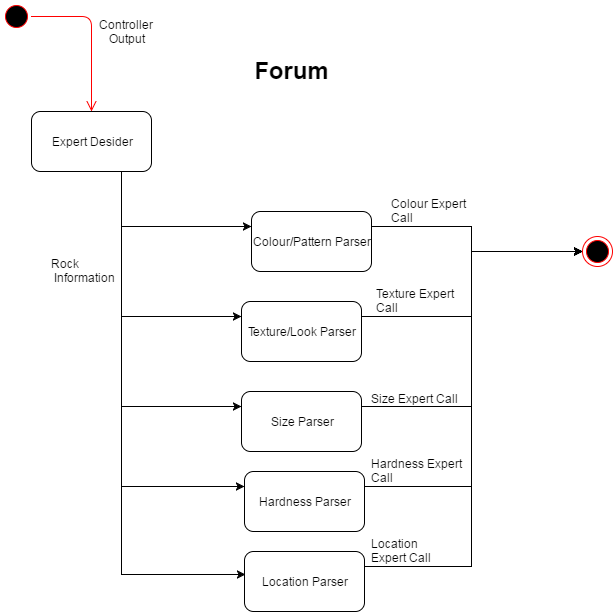
This is doc/resources/stateCharts/Forum.png from EricLeFort/3AO4, a draw.io export, as it was before one commit. Source tidied: cells renumbered, new cells last; positions are measured from the earlier drawing's top-left corner, leaving out a move shared by most shapes. Source of this version:
```xml
<mxGraphModel background="#ffffff">
  <root>
    <mxCell id="0" />
    <mxCell id="1" parent="0" />
    <mxCell id="2" style="ellipse;html=1;shape=startState;fillColor=#000000;strokeColor=#ff0000;" parent="1" vertex="1">
      <mxGeometry width="30" height="30" as="geometry" />
    </mxCell>
    <mxCell id="3" style="edgeStyle=orthogonalEdgeStyle;html=1;verticalAlign=bottom;endArrow=open;endSize=8;strokeColor=#ff0000;" parent="1" edge="1" source="2">
      <mxGeometry relative="1" as="geometry">
        <mxPoint x="90" y="110" as="targetPoint" />
      </mxGeometry>
    </mxCell>
    <mxCell id="4" style="ellipse;html=1;shape=endState;fillColor=#000000;strokeColor=#ff0000;" parent="1" vertex="1">
      <mxGeometry x="581" y="235" width="30" height="30" as="geometry" />
    </mxCell>
    <mxCell id="5" value="&lt;h1&gt;Forum&lt;/h1&gt;" style="text;html=1;strokeColor=none;fillColor=none;align=center;verticalAlign=middle;whiteSpace=wrap;overflow=hidden;" parent="1" vertex="1">
      <mxGeometry x="180" y="40" width="220" height="40" as="geometry" />
    </mxCell>
    <mxCell id="6" value="Controller&amp;nbsp;&lt;br&gt;Output" style="text;html=1;strokeColor=none;fillColor=none;align=center;verticalAlign=middle;whiteSpace=wrap;overflow=hidden;" parent="1" vertex="1">
      <mxGeometry x="90" y="15" width="70" height="30" as="geometry" />
    </mxCell>
    <mxCell id="7" style="edgeStyle=orthogonalEdgeStyle;rounded=0;html=1;exitX=0.75;exitY=1;entryX=0;entryY=0.25;jettySize=auto;" parent="1" edge="1" source="12" target="14">
      <mxGeometry relative="1" as="geometry" />
    </mxCell>
    <mxCell id="8" style="edgeStyle=orthogonalEdgeStyle;rounded=0;html=1;exitX=0.75;exitY=1;entryX=0;entryY=0.25;jettySize=auto;" parent="1" edge="1" source="12" target="19">
      <mxGeometry relative="1" as="geometry" />
    </mxCell>
    <mxCell id="9" style="edgeStyle=orthogonalEdgeStyle;rounded=0;html=1;exitX=0.75;exitY=1;entryX=0;entryY=0.25;jettySize=auto;" parent="1" edge="1" source="12" target="21">
      <mxGeometry relative="1" as="geometry" />
    </mxCell>
    <mxCell id="10" style="edgeStyle=orthogonalEdgeStyle;rounded=0;html=1;exitX=0.75;exitY=1;entryX=0;entryY=0.25;jettySize=auto;" parent="1" edge="1" source="12" target="23">
      <mxGeometry relative="1" as="geometry" />
    </mxCell>
    <mxCell id="11" style="edgeStyle=orthogonalEdgeStyle;rounded=0;html=1;exitX=0.75;exitY=1;entryX=0.008;entryY=0.383;entryPerimeter=0;jettySize=auto;" parent="1" edge="1" source="12" target="16">
      <mxGeometry relative="1" as="geometry" />
    </mxCell>
    <mxCell id="12" value="Expert Desider" style="rounded=1;whiteSpace=wrap;html=1;" parent="1" vertex="1">
      <mxGeometry x="30" y="110" width="120" height="60" as="geometry" />
    </mxCell>
    <mxCell id="13" style="edgeStyle=orthogonalEdgeStyle;rounded=0;html=1;exitX=1;exitY=0.25;entryX=0;entryY=0.5;jettySize=auto;" parent="1" edge="1" source="14" target="4">
      <mxGeometry relative="1" as="geometry">
        <Array as="points">
          <mxPoint x="470" y="225" />
          <mxPoint x="470" y="250" />
        </Array>
      </mxGeometry>
    </mxCell>
    <mxCell id="14" value="Colour/Pattern Parser" style="rounded=1;whiteSpace=wrap;html=1;" parent="1" vertex="1">
      <mxGeometry x="250" y="210" width="120" height="60" as="geometry" />
    </mxCell>
    <mxCell id="15" style="edgeStyle=orthogonalEdgeStyle;rounded=0;html=1;exitX=1;exitY=0.25;entryX=0;entryY=0.5;jettySize=auto;" parent="1" edge="1" source="16" target="4">
      <mxGeometry relative="1" as="geometry">
        <Array as="points">
          <mxPoint x="470" y="565" />
          <mxPoint x="470" y="250" />
        </Array>
      </mxGeometry>
    </mxCell>
    <mxCell id="16" value="Location Parser" style="rounded=1;whiteSpace=wrap;html=1;" parent="1" vertex="1">
      <mxGeometry x="243" y="550" width="120" height="60" as="geometry" />
    </mxCell>
    <mxCell id="17" value="Rock&lt;br&gt;&amp;nbsp;Information" style="text;html=1;align=left;verticalAlign=top;spacingTop=-4;" parent="1" vertex="1">
      <mxGeometry x="50" y="255" width="80" height="30" as="geometry" />
    </mxCell>
    <mxCell id="18" style="edgeStyle=orthogonalEdgeStyle;rounded=0;html=1;exitX=1;exitY=0.25;entryX=0;entryY=0.5;jettySize=auto;" parent="1" edge="1" source="19" target="4">
      <mxGeometry relative="1" as="geometry">
        <Array as="points">
          <mxPoint x="470" y="315" />
          <mxPoint x="470" y="250" />
        </Array>
      </mxGeometry>
    </mxCell>
    <mxCell id="19" value="Texture/Look Parser" style="rounded=1;whiteSpace=wrap;html=1;" parent="1" vertex="1">
      <mxGeometry x="240" y="300" width="120" height="60" as="geometry" />
    </mxCell>
    <mxCell id="20" style="edgeStyle=orthogonalEdgeStyle;rounded=0;html=1;exitX=1;exitY=0.25;jettySize=auto;entryX=0;entryY=0.5;" parent="1" edge="1" source="21" target="4">
      <mxGeometry relative="1" as="geometry">
        <Array as="points">
          <mxPoint x="470" y="405" />
          <mxPoint x="470" y="250" />
        </Array>
      </mxGeometry>
    </mxCell>
    <mxCell id="21" value="Size Parser" style="rounded=1;whiteSpace=wrap;html=1;" parent="1" vertex="1">
      <mxGeometry x="240" y="390" width="120" height="60" as="geometry" />
    </mxCell>
    <mxCell id="22" style="edgeStyle=orthogonalEdgeStyle;rounded=0;html=1;exitX=1;exitY=0.25;entryX=0;entryY=0.5;jettySize=auto;" parent="1" edge="1" source="23" target="4">
      <mxGeometry relative="1" as="geometry">
        <Array as="points">
          <mxPoint x="470" y="485" />
          <mxPoint x="470" y="250" />
        </Array>
      </mxGeometry>
    </mxCell>
    <mxCell id="23" value="Hardness Parser" style="rounded=1;whiteSpace=wrap;html=1;" parent="1" vertex="1">
      <mxGeometry x="243" y="470" width="120" height="60" as="geometry" />
    </mxCell>
    <mxCell id="24" value="Colour Expert&lt;br&gt;Call" style="text;html=1;align=left;verticalAlign=top;spacingTop=-4;" parent="1" vertex="1">
      <mxGeometry x="390" y="195" width="90" height="30" as="geometry" />
    </mxCell>
    <mxCell id="25" value="Texture Expert&amp;nbsp;&lt;br&gt;Call" style="text;html=1;align=left;verticalAlign=top;spacingTop=-4;" parent="1" vertex="1">
      <mxGeometry x="375" y="285" width="100" height="30" as="geometry" />
    </mxCell>
    <mxCell id="26" value="Size Expert Call" style="text;html=1;align=left;verticalAlign=top;spacingTop=-4;" parent="1" vertex="1">
      <mxGeometry x="370" y="390" width="100" height="20" as="geometry" />
    </mxCell>
    <mxCell id="27" value="Hardness Expert&lt;br&gt;Call" style="text;html=1;align=left;verticalAlign=top;spacingTop=-4;" parent="1" vertex="1">
      <mxGeometry x="370" y="455" width="110" height="30" as="geometry" />
    </mxCell>
    <mxCell id="28" value="Location&amp;nbsp;&lt;br&gt;Expert Call" style="text;html=1;align=left;verticalAlign=top;spacingTop=-4;" parent="1" vertex="1">
      <mxGeometry x="370" y="535" width="80" height="30" as="geometry" />
    </mxCell>
  </root>
</mxGraphModel>
```
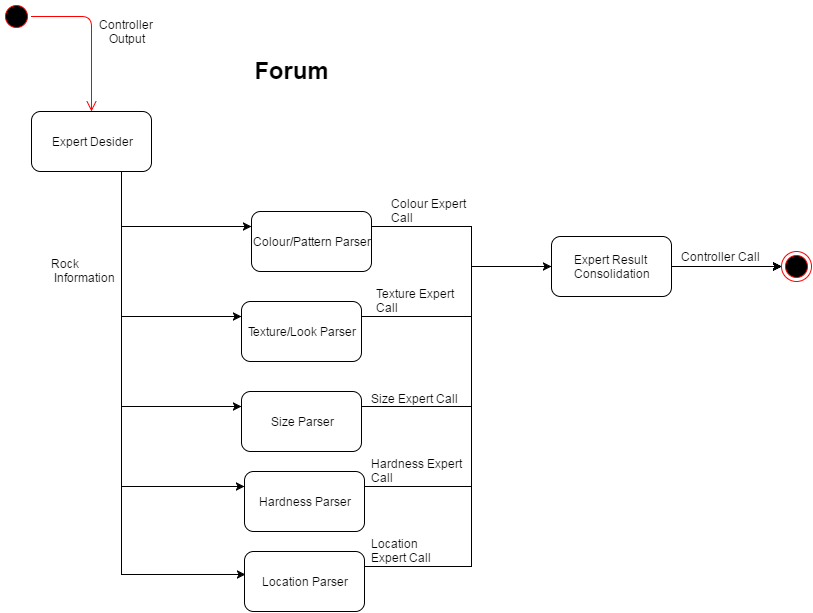
The same diagram one commit later.

The edit, as a diff of the source:
```diff
@@ -2,17 +2,17 @@
   <root>
     <mxCell id="0" />
     <mxCell id="1" parent="0" />
-    <mxCell id="2" style="ellipse;html=1;shape=startState;fillColor=#000000;strokeColor=#ff0000;" parent="1" vertex="1">
-      <mxGeometry width="30" height="30" as="geometry" />
-    </mxCell>
-    <mxCell id="3" style="edgeStyle=orthogonalEdgeStyle;html=1;verticalAlign=bottom;endArrow=open;endSize=8;strokeColor=#ff0000;" parent="1" edge="1" source="2">
-      <mxGeometry relative="1" as="geometry">
-        <mxPoint x="90" y="110" as="targetPoint" />
-      </mxGeometry>
-    </mxCell>
-    <mxCell id="4" style="ellipse;html=1;shape=endState;fillColor=#000000;strokeColor=#ff0000;" parent="1" vertex="1">
-      <mxGeometry x="581" y="235" width="30" height="30" as="geometry" />
-    </mxCell>
+    <mxCell id="29" style="ellipse;html=1;shape=startState;fillColor=#000000;strokeColor=#ff0000;" parent="1" vertex="1">
+      <mxGeometry width="30" height="30" as="geometry" />
+    </mxCell>
+    <mxCell id="30" style="edgeStyle=orthogonalEdgeStyle;html=1;verticalAlign=bottom;endArrow=open;endSize=8;strokeColor=#ff0000;" parent="1" edge="1" source="29">
+      <mxGeometry relative="1" as="geometry">
+        <mxPoint x="90" y="110" as="targetPoint" />
+      </mxGeometry>
+    </mxCell>
+    <mxCell id="31" style="ellipse;html=1;shape=endState;fillColor=#000000;strokeColor=#ff0000;" parent="1" vertex="1">
+      <mxGeometry x="780" y="250" width="30" height="30" as="geometry" />
+    </mxCell>
     <mxCell id="5" value="&lt;h1&gt;Forum&lt;/h1&gt;" style="text;html=1;strokeColor=none;fillColor=none;align=center;verticalAlign=middle;whiteSpace=wrap;overflow=hidden;" parent="1" vertex="1">
       <mxGeometry x="180" y="40" width="220" height="40" as="geometry" />
     </mxCell>
@@ -37,61 +37,60 @@
     <mxCell id="12" value="Expert Desider" style="rounded=1;whiteSpace=wrap;html=1;" parent="1" vertex="1">
       <mxGeometry x="30" y="110" width="120" height="60" as="geometry" />
     </mxCell>
-    <mxCell id="13" style="edgeStyle=orthogonalEdgeStyle;rounded=0;html=1;exitX=1;exitY=0.25;entryX=0;entryY=0.5;jettySize=auto;" parent="1" edge="1" source="14" target="4">
-      <mxGeometry relative="1" as="geometry">
-        <Array as="points">
-          <mxPoint x="470" y="225" />
-          <mxPoint x="470" y="250" />
-        </Array>
-      </mxGeometry>
-    </mxCell>
+    <mxCell id="32" style="edgeStyle=orthogonalEdgeStyle;rounded=0;html=1;exitX=1;exitY=0.25;entryX=0;entryY=0.5;jettySize=auto;" parent="1" edge="1" source="14" target="31">
+      <mxGeometry relative="1" as="geometry">
+        <Array as="points">
+          <mxPoint x="470" y="225" />
+          <mxPoint x="470" y="265" />
+        </Array>
+      </mxGeometry>
+    </mxCell>
     <mxCell id="14" value="Colour/Pattern Parser" style="rounded=1;whiteSpace=wrap;html=1;" parent="1" vertex="1">
       <mxGeometry x="250" y="210" width="120" height="60" as="geometry" />
     </mxCell>
-    <mxCell id="15" style="edgeStyle=orthogonalEdgeStyle;rounded=0;html=1;exitX=1;exitY=0.25;entryX=0;entryY=0.5;jettySize=auto;" parent="1" edge="1" source="16" target="4">
-      <mxGeometry relative="1" as="geometry">
-        <Array as="points">
-          <mxPoint x="470" y="565" />
-          <mxPoint x="470" y="250" />
-        </Array>
-      </mxGeometry>
-    </mxCell>
+    <mxCell id="33" style="edgeStyle=orthogonalEdgeStyle;rounded=0;html=1;exitX=1;exitY=0.25;entryX=0;entryY=0.5;jettySize=auto;" parent="1" edge="1" source="16" target="31">
+      <mxGeometry relative="1" as="geometry">
+        <Array as="points">
+          <mxPoint x="470" y="565" />
+          <mxPoint x="470" y="265" />
+        </Array>
+      </mxGeometry>
+    </mxCell>
     <mxCell id="16" value="Location Parser" style="rounded=1;whiteSpace=wrap;html=1;" parent="1" vertex="1">
       <mxGeometry x="243" y="550" width="120" height="60" as="geometry" />
     </mxCell>
     <mxCell id="17" value="Rock&lt;br&gt;&amp;nbsp;Information" style="text;html=1;align=left;verticalAlign=top;spacingTop=-4;" parent="1" vertex="1">
       <mxGeometry x="50" y="255" width="80" height="30" as="geometry" />
     </mxCell>
-    <mxCell id="18" style="edgeStyle=orthogonalEdgeStyle;rounded=0;html=1;exitX=1;exitY=0.25;entryX=0;entryY=0.5;jettySize=auto;" parent="1" edge="1" source="19" target="4">
-      <mxGeometry relative="1" as="geometry">
-        <Array as="points">
-          <mxPoint x="470" y="315" />
-          <mxPoint x="470" y="250" />
-        </Array>
-      </mxGeometry>
-    </mxCell>
+    <mxCell id="34" style="edgeStyle=orthogonalEdgeStyle;rounded=0;html=1;exitX=1;exitY=0.25;entryX=0;entryY=0.5;jettySize=auto;" parent="1" edge="1" source="19" target="31">
+      <mxGeometry relative="1" as="geometry">
+        <Array as="points">
+          <mxPoint x="470" y="315" />
+          <mxPoint x="470" y="265" />
+        </Array>
+      </mxGeometry>
+    </mxCell>
     <mxCell id="19" value="Texture/Look Parser" style="rounded=1;whiteSpace=wrap;html=1;" parent="1" vertex="1">
       <mxGeometry x="240" y="300" width="120" height="60" as="geometry" />
     </mxCell>
-    <mxCell id="20" style="edgeStyle=orthogonalEdgeStyle;rounded=0;html=1;exitX=1;exitY=0.25;jettySize=auto;entryX=0;entryY=0.5;" parent="1" edge="1" source="21" target="4">
-      <mxGeometry relative="1" as="geometry">
-        <Array as="points">
-          <mxPoint x="470" y="405" />
-          <mxPoint x="470" y="250" />
-        </Array>
-      </mxGeometry>
-    </mxCell>
+    <mxCell id="35" style="edgeStyle=orthogonalEdgeStyle;rounded=0;html=1;exitX=1;exitY=0.25;jettySize=auto;entryX=0;entryY=0.5;" parent="1" edge="1" source="21" target="31">
+      <mxGeometry relative="1" as="geometry">
+        <Array as="points">
+          <mxPoint x="470" y="405" />
+          <mxPoint x="470" y="265" />
+        </Array>
+      </mxGeometry>
+    </mxCell>
     <mxCell id="21" value="Size Parser" style="rounded=1;whiteSpace=wrap;html=1;" parent="1" vertex="1">
       <mxGeometry x="240" y="390" width="120" height="60" as="geometry" />
     </mxCell>
-    <mxCell id="22" style="edgeStyle=orthogonalEdgeStyle;rounded=0;html=1;exitX=1;exitY=0.25;entryX=0;entryY=0.5;jettySize=auto;" parent="1" edge="1" source="23" target="4">
-      <mxGeometry relative="1" as="geometry">
-        <Array as="points">
-          <mxPoint x="470" y="485" />
-          <mxPoint x="470" y="250" />
-        </Array>
-      </mxGeometry>
-    </mxCell>
+    <mxCell id="36" style="edgeStyle=orthogonalEdgeStyle;rounded=0;html=1;exitX=1;exitY=0.25;entryX=0;entryY=0.5;jettySize=auto;" parent="1" edge="1" source="37" target="31">
+      <mxGeometry relative="1" as="geometry">
+        <Array as="points">
+          <mxPoint x="670" y="265" />
+        </Array>
+      </mxGeometry>
+    </mxCell>
     <mxCell id="23" value="Hardness Parser" style="rounded=1;whiteSpace=wrap;html=1;" parent="1" vertex="1">
       <mxGeometry x="243" y="470" width="120" height="60" as="geometry" />
     </mxCell>
@@ -110,5 +109,18 @@
     <mxCell id="28" value="Location&amp;nbsp;&lt;br&gt;Expert Call" style="text;html=1;align=left;verticalAlign=top;spacingTop=-4;" parent="1" vertex="1">
       <mxGeometry x="370" y="535" width="80" height="30" as="geometry" />
     </mxCell>
+    <mxCell id="37" value="Expert Result&amp;nbsp;&lt;br&gt;Consolidation" style="rounded=1;whiteSpace=wrap;html=1;" parent="1" vertex="1">
+      <mxGeometry x="550" y="235" width="120" height="60" as="geometry" />
+    </mxCell>
+    <mxCell id="38" style="edgeStyle=orthogonalEdgeStyle;rounded=0;html=1;exitX=1;exitY=0.25;entryX=0;entryY=0.5;jettySize=auto;" parent="1" edge="1" source="23" target="37">
+      <mxGeometry relative="1" as="geometry">
+        <Array as="points">
+          <mxPoint x="470" y="485" />
+        </Array>
+      </mxGeometry>
+    </mxCell>
+    <mxCell id="39" value="Controller Call" style="text;html=1;align=left;verticalAlign=top;spacingTop=-4;" parent="1" vertex="1">
+      <mxGeometry x="680" y="248" width="90" height="20" as="geometry" />
+    </mxCell>
   </root>
 </mxGraphModel>
```
